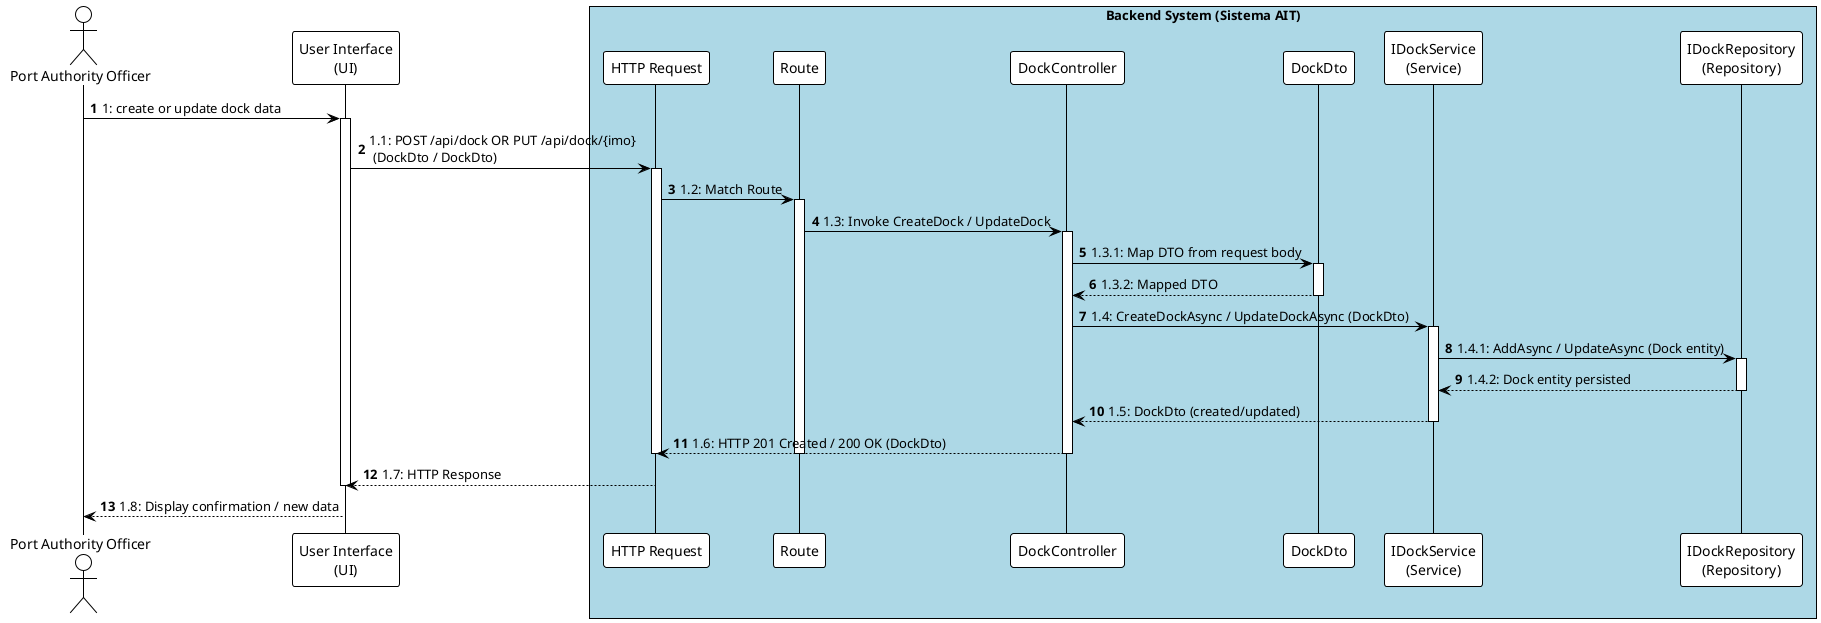
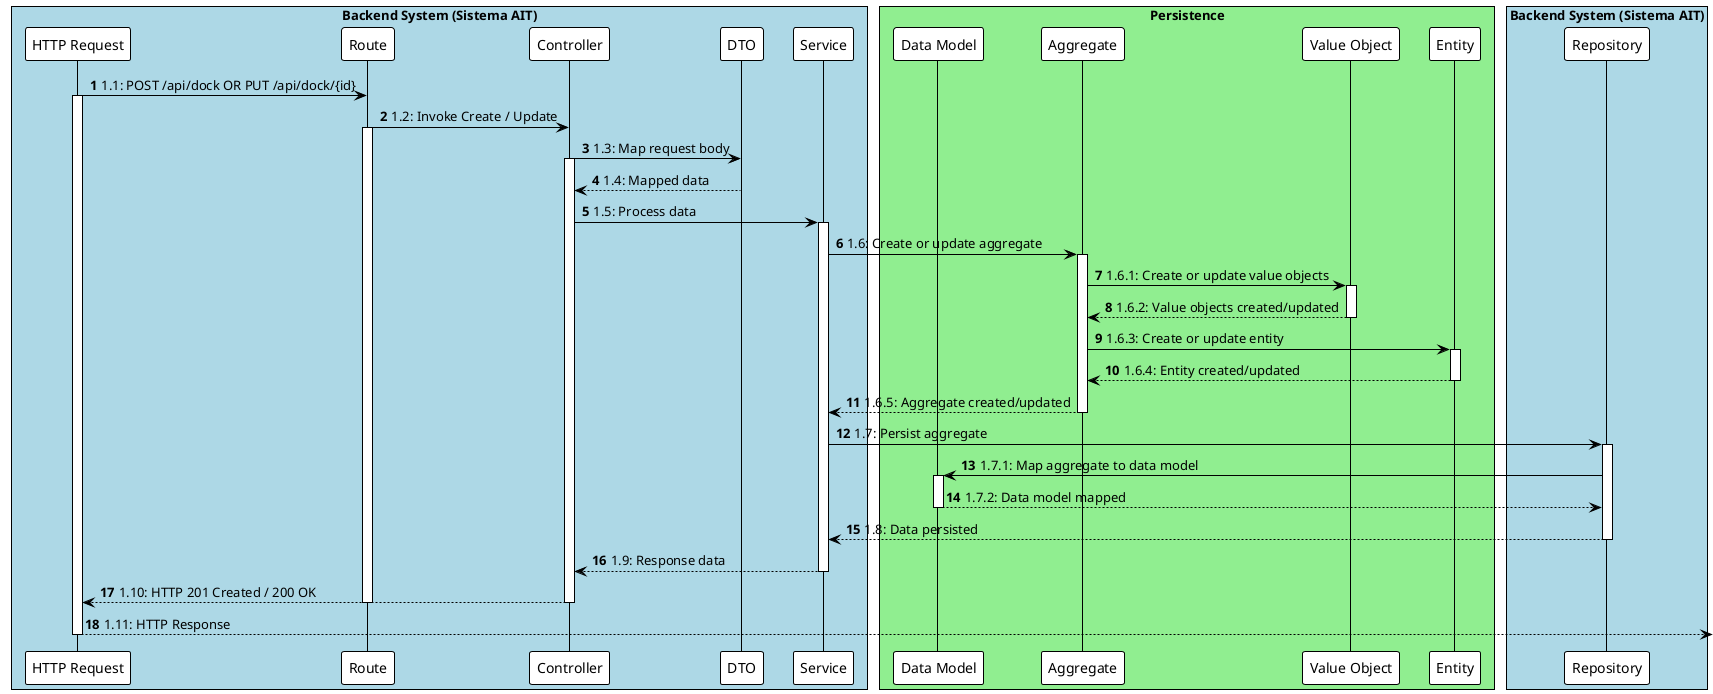
@startuml
!theme plain
autonumber

- actor "Port Authority Officer" as Officer
- participant "User Interface\n(UI)" as UI
box "Backend System (Sistema AIT)" #LightBlue
    participant "HTTP Request" as HttpRequest
    participant "Route" as Route
-     participant "DockController" as Controller
-     participant "DockDto" as Dto
-     participant "IDockService\n(Service)" as Service
-     participant "IDockRepository\n(Repository)" as Repository
+     participant "Controller" as Controller
+     participant "DTO" as Dto
+     participant "Service" as Service
+     box "Persistence" #LightGreen
+         participant "Data Model" as DataModel
+         participant "Aggregate" as Aggregate
+         participant "Value Object" as ValueObject
+         participant "Entity" as Entity
+     end box
+     participant "Repository" as Repository
end box

- Officer -> UI : 1: create or update dock data
- activate UI
- 
- UI -> HttpRequest : 1.1: POST /api/dock OR PUT /api/dock/{imo} \n (DockDto / DockDto)
+ HttpRequest -> Route : 1.1: POST /api/dock OR PUT /api/dock/{id}
activate HttpRequest
- HttpRequest -> Route : 1.2: Match Route
+ Route -> Controller : 1.2: Invoke Create / Update
activate Route
- Route -> Controller : 1.3: Invoke CreateDock / UpdateDock
+ Controller -> Dto : 1.3: Map request body
activate Controller
- 
- Controller -> Dto : 1.3.1: Map DTO from request body
- activate Dto
- Dto --> Controller : 1.3.2: Mapped DTO
+ Dto --> Controller : 1.4: Mapped data
deactivate Dto
- 
- Controller -> Service : 1.4: CreateDockAsync / UpdateDockAsync (DockDto)
+ Controller -> Service : 1.5: Process data
activate Service
- 
- Service -> Repository : 1.4.1: AddAsync / UpdateAsync (Dock entity)
+ Service -> Aggregate : 1.6: Create or update aggregate
+ activate Aggregate
+ Aggregate -> ValueObject : 1.6.1: Create or update value objects
+ activate ValueObject
+ ValueObject --> Aggregate : 1.6.2: Value objects created/updated
+ deactivate ValueObject
+ Aggregate -> Entity : 1.6.3: Create or update entity
+ activate Entity
+ Entity --> Aggregate : 1.6.4: Entity created/updated
+ deactivate Entity
+ Aggregate --> Service : 1.6.5: Aggregate created/updated
+ deactivate Aggregate
+ Service -> Repository : 1.7: Persist aggregate
activate Repository
- Repository --> Service : 1.4.2: Dock entity persisted
+ Repository -> DataModel : 1.7.1: Map aggregate to data model
+ activate DataModel
+ DataModel --> Repository : 1.7.2: Data model mapped
+ deactivate DataModel
+ Repository --> Service : 1.8: Data persisted
deactivate Repository
- 
- Service --> Controller : 1.5: DockDto (created/updated)
+ Service --> Controller : 1.9: Response data
deactivate Service
- 
- Controller --> HttpRequest : 1.6: HTTP 201 Created / 200 OK (DockDto)
+ Controller --> HttpRequest : 1.10: HTTP 201 Created / 200 OK
deactivate Controller
deactivate Route
+ HttpRequest --> : 1.11: HTTP Response
deactivate HttpRequest

- HttpRequest --> UI : 1.7: HTTP Response
- deactivate UI
- 
- UI --> Officer : 1.8: Display confirmation / new data
- 
@enduml